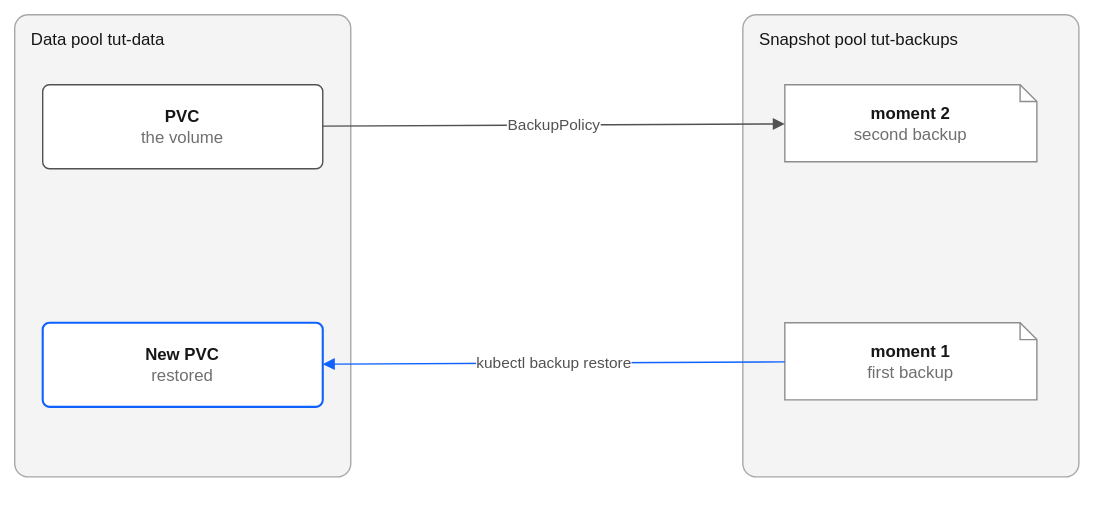
This is docs/images/tutorial-10-backup-restore.drawio.svg from neil1taylor/ibm-vpc-file-pool-csi, a draw.io export, as it was before one commit. Source tidied: cells renumbered, new cells last; positions are measured from the earlier drawing's top-left corner, leaving out a move shared by most shapes.
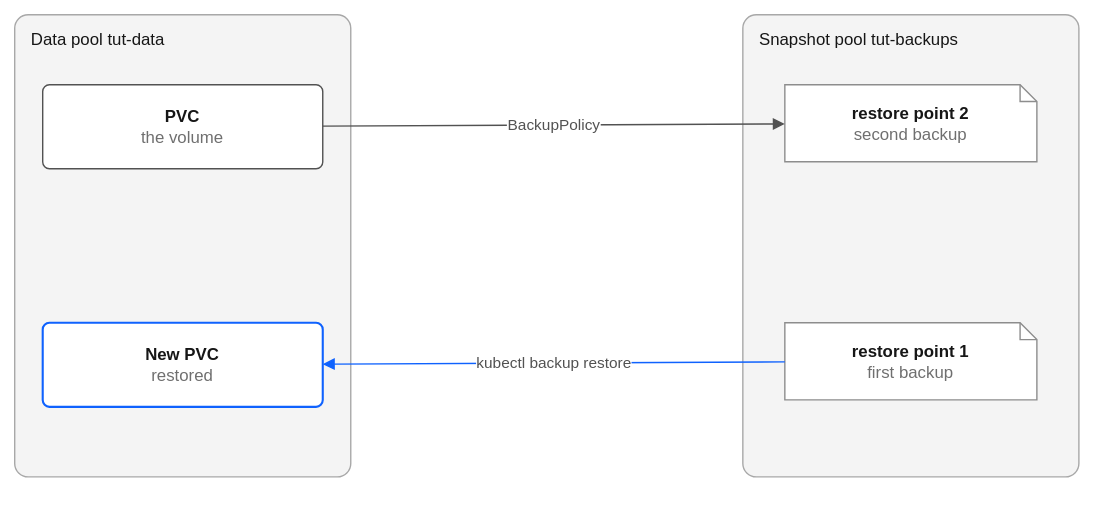
After the change.

Diff of the diagram source:
```diff
@@ -14,10 +14,10 @@
     <mxCell id="5" value="Snapshot pool tut-backups" style="rounded=1;arcSize=4;whiteSpace=wrap;html=1;fillColor=#f4f4f4;strokeColor=#a8a8a8;verticalAlign=top;align=left;spacingLeft=10;spacingTop=4;fontFamily=Helvetica;fontSize=12;fontColor=#161616;" parent="1" vertex="1">
       <mxGeometry x="520" width="240" height="330" as="geometry" />
     </mxCell>
-    <mxCell id="6" value="&lt;b&gt;moment 2&lt;/b&gt;&lt;br&gt;&lt;font color=&quot;#6f6f6f&quot;&gt;second backup&lt;/font&gt;" style="shape=note;size=12;whiteSpace=wrap;html=1;fillColor=#ffffff;strokeColor=#8d8d8d;fontFamily=Helvetica;fontSize=12;fontColor=#161616;" parent="1" vertex="1">
+    <mxCell id="6" value="&lt;b&gt;restore point 2&lt;/b&gt;&lt;br&gt;&lt;font color=&quot;#6f6f6f&quot;&gt;second backup&lt;/font&gt;" style="shape=note;size=12;whiteSpace=wrap;html=1;fillColor=#ffffff;strokeColor=#8d8d8d;fontFamily=Helvetica;fontSize=12;fontColor=#161616;" parent="1" vertex="1">
       <mxGeometry x="550" y="50" width="180" height="55" as="geometry" />
     </mxCell>
-    <mxCell id="7" value="&lt;b&gt;moment 1&lt;/b&gt;&lt;br&gt;&lt;font color=&quot;#6f6f6f&quot;&gt;first backup&lt;/font&gt;" style="shape=note;size=12;whiteSpace=wrap;html=1;fillColor=#ffffff;strokeColor=#8d8d8d;fontFamily=Helvetica;fontSize=12;fontColor=#161616;" parent="1" vertex="1">
+    <mxCell id="7" value="&lt;b&gt;restore point 1&lt;/b&gt;&lt;br&gt;&lt;font color=&quot;#6f6f6f&quot;&gt;first backup&lt;/font&gt;" style="shape=note;size=12;whiteSpace=wrap;html=1;fillColor=#ffffff;strokeColor=#8d8d8d;fontFamily=Helvetica;fontSize=12;fontColor=#161616;" parent="1" vertex="1">
       <mxGeometry x="550" y="220" width="180" height="55" as="geometry" />
     </mxCell>
     <mxCell id="8" value="BackupPolicy" style="endArrow=block;endFill=1;html=1;strokeColor=#525252;fontFamily=Helvetica;fontSize=11;fontColor=#525252;labelBackgroundColor=#ffffff;" parent="1" edge="1" source="3" target="6">
```
